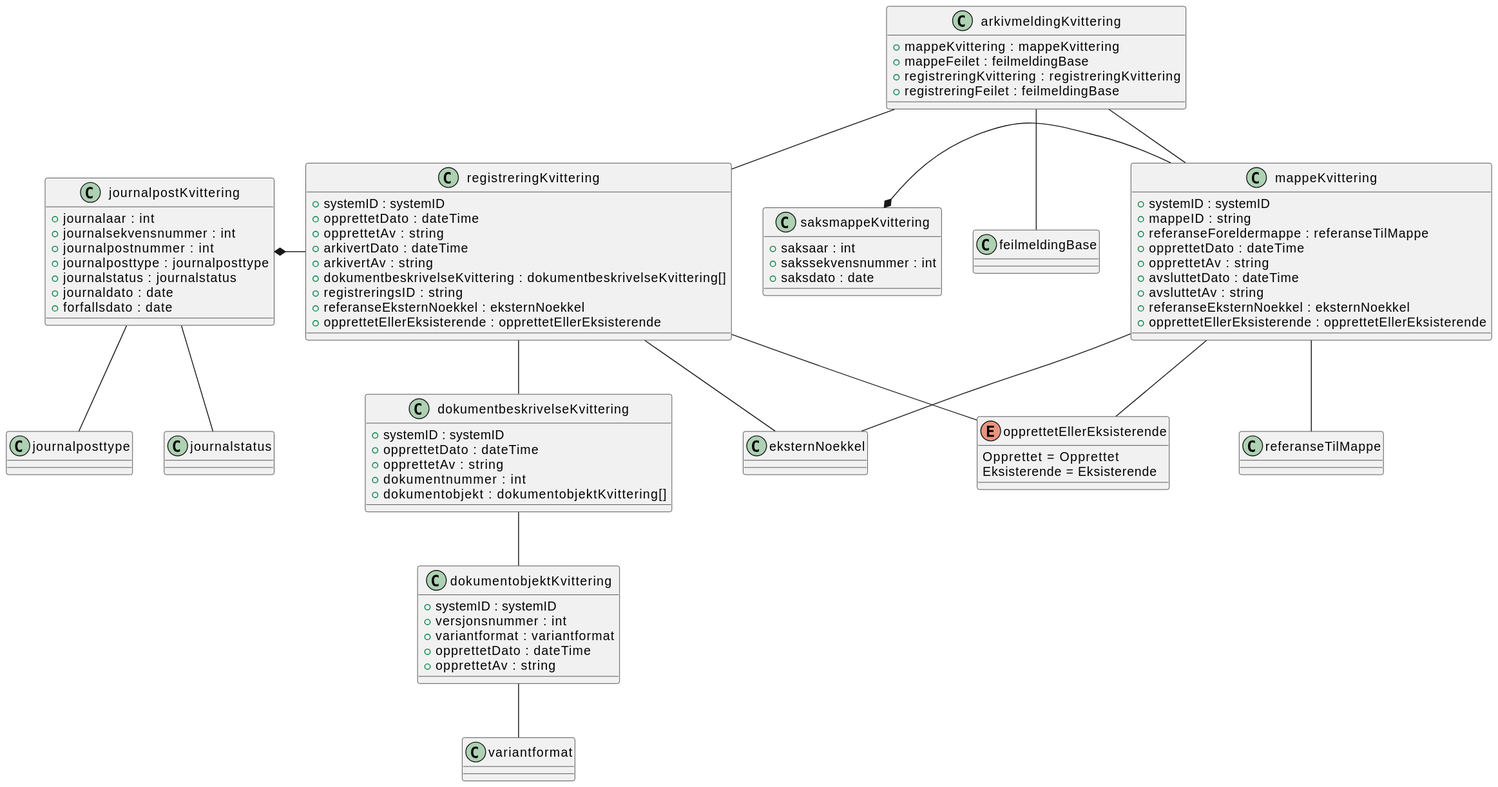
Before: Dokumentasjon/V1/SchemaModels/no/ks/fiks/arkiv/v1/arkivering/arkivmelding/opprett/kvittering-relations.svg, a diagram exported from PlantUML (ks-no/fiks-arkiv-specification).
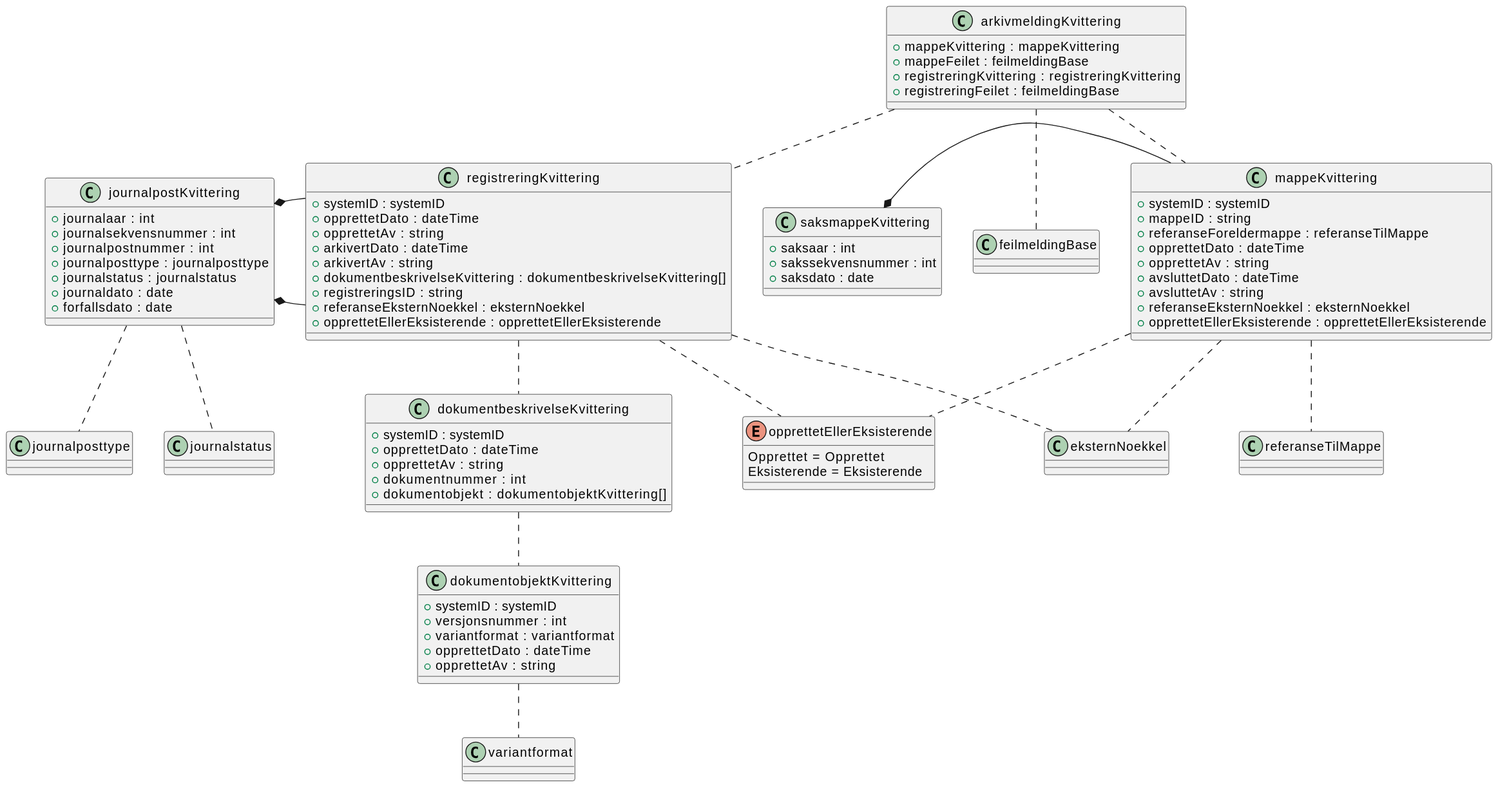
After the change.

Commit message:
Fikset diagram for kvittering for opprett arkivmelding

Change to the diagram source:
```diff
@@ -1,77 +1,23 @@
 @startuml
-class arkivmeldingKvittering {
-    +mappeKvittering : mappeKvittering
-    +mappeFeilet : feilmeldingBase
-    +registreringKvittering : registreringKvittering
-    +registreringFeilet : feilmeldingBase
-}
-arkivmeldingKvittering -- mappeKvittering
-arkivmeldingKvittering -- feilmeldingBase
-arkivmeldingKvittering -- registreringKvittering
-class dokumentbeskrivelseKvittering {
-    +systemID : systemID
-    +opprettetDato : dateTime
-    +opprettetAv : string
-    +dokumentnummer : int
-    +dokumentobjekt : dokumentobjektKvittering[]
-}
-dokumentbeskrivelseKvittering -- dokumentobjektKvittering
-class dokumentobjektKvittering {
-    +systemID : systemID
-    +versjonsnummer : int
-    +variantformat : variantformat
-    +opprettetDato : dateTime
-    +opprettetAv : string
-}
-dokumentobjektKvittering -- variantformat
-class journalpostKvittering {
-    +journalaar : int
-    +journalsekvensnummer : int
-    +journalpostnummer : int
-    +journalposttype : journalposttype
-    +journalstatus : journalstatus
-    +journaldato : date
-    +forfallsdato : date
-}
+!include kvittering.pu
+
+arkivmeldingKvittering .. mappeKvittering
+arkivmeldingKvittering .. feilmeldingBase
+arkivmeldingKvittering .. registreringKvittering
+
+dokumentbeskrivelseKvittering .. dokumentobjektKvittering
+
+dokumentobjektKvittering .. variantformat
+
 journalpostKvittering *- registreringKvittering
-journalpostKvittering -- journalposttype
-journalpostKvittering -- journalstatus
-class mappeKvittering {
-    +systemID : systemID
-    +mappeID : string
-    +referanseForeldermappe : referanseTilMappe
-    +opprettetDato : dateTime
-    +opprettetAv : string
-    +avsluttetDato : dateTime
-    +avsluttetAv : string
-    +referanseEksternNoekkel : eksternNoekkel
-    +opprettetEllerEksisterende : opprettetEllerEksisterende
-}
-mappeKvittering -- referanseTilMappe
-mappeKvittering -- eksternNoekkel
-mappeKvittering -- opprettetEllerEksisterende
-enum opprettetEllerEksisterende {
-    Opprettet = Opprettet
-    Eksisterende = Eksisterende
-}
-class registreringKvittering {
-    +systemID : systemID
-    +opprettetDato : dateTime
-    +opprettetAv : string
-    +arkivertDato : dateTime
-    +arkivertAv : string
-    +dokumentbeskrivelseKvittering : dokumentbeskrivelseKvittering[]
-    +registreringsID : string
-    +referanseEksternNoekkel : eksternNoekkel
-    +opprettetEllerEksisterende : opprettetEllerEksisterende
-}
-registreringKvittering -- dokumentbeskrivelseKvittering
-registreringKvittering -- eksternNoekkel
-registreringKvittering -- opprettetEllerEksisterende
-class saksmappeKvittering {
-    +saksaar : int
-    +sakssekvensnummer : int
-    +saksdato : date
-}
-saksmappeKvittering *- mappeKvittering
+journalpostKvittering .. journalposttype
+journalpostKvittering .. journalstatus
+
+mappeKvittering .. referanseTilMappe
+mappeKvittering .. eksternNoekkel
+mappeKvittering .. opprettetEllerEksisterende
+
+registreringKvittering .. dokumentbeskrivelseKvittering
+registreringKvittering .. eksternNoekkel
+registreringKvittering .. opprettetEllerEksisterende
 @enduml
```
